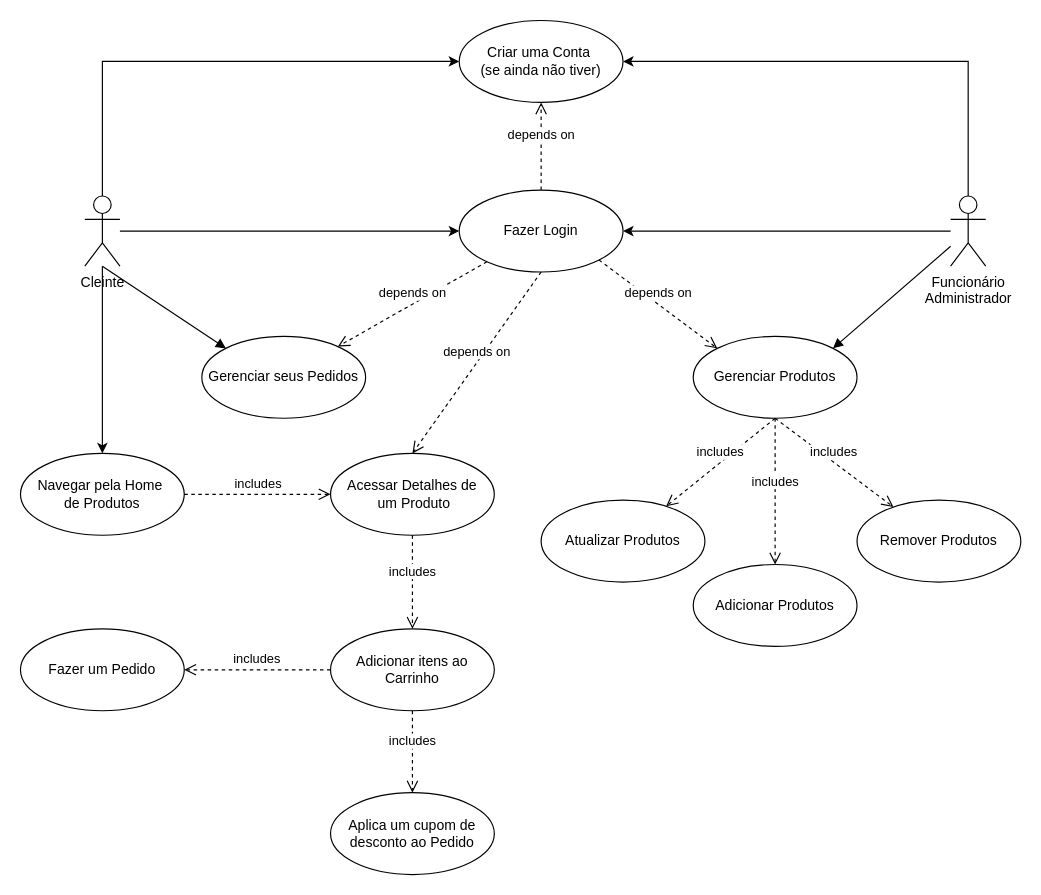
This is sprint-1/diagrama-de-caso-de-uso.drawio from PedroPadilhaPortella/GeekShopping_PA, a draw.io file, before an edit. Source tidied: cells renumbered, new cells numbered last; positions are measured from the earlier drawing's top-left corner, leaving out a move shared by most shapes. Both pictures are drawn from the tidied source at 117%, with x=0, y=0 at pixel (20, 20).
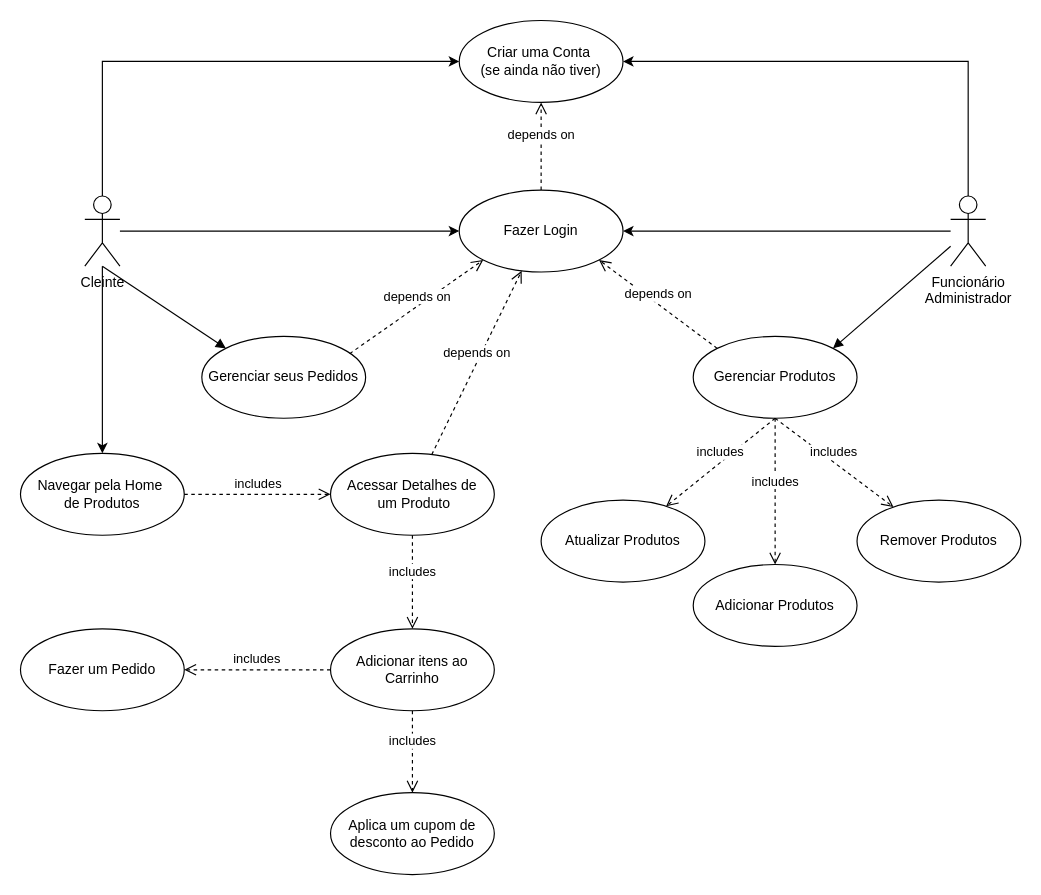
After the change.

Commit message (it also covers changes not shown here):
sprint1: ajuste no diagrama de caso de uso

Unchanged cells that the change refers to:
```xml
<mxCell id="10" value="Fazer Login" style="ellipse;whiteSpace=wrap;html=1;" parent="1" vertex="1">
  <mxGeometry x="375" y="145" width="140" height="70" as="geometry" />
</mxCell>
<mxCell id="11" value="Gerenciar Produtos" style="ellipse;whiteSpace=wrap;html=1;" parent="1" vertex="1">
  <mxGeometry x="575" y="270" width="140" height="70" as="geometry" />
</mxCell>
<mxCell id="13" value="Acessar Detalhes de&lt;div&gt;&amp;nbsp;um Produto&lt;/div&gt;" style="ellipse;whiteSpace=wrap;html=1;" parent="1" vertex="1">
  <mxGeometry x="265" y="370" width="140" height="70" as="geometry" />
</mxCell>
<mxCell id="16" value="Gerenciar seus Pedidos" style="ellipse;whiteSpace=wrap;html=1;" parent="1" vertex="1">
  <mxGeometry x="155" y="270" width="140" height="70" as="geometry" />
</mxCell>
```

Diff of the diagram source:
```diff
@@
-    <mxCell id="17" value="depends on" style="html=1;verticalAlign=bottom;endArrow=open;dashed=1;endSize=8;curved=0;rounded=0;entryX=0.5;entryY=0;entryDx=0;entryDy=0;exitX=0.5;exitY=1;exitDx=0;exitDy=0;" parent="1" edge="1" source="10" target="13">
+    <mxCell id="17" value="depends on" style="html=1;verticalAlign=bottom;endArrow=open;dashed=1;endSize=8;curved=0;rounded=0;" parent="1" edge="1" source="13" target="10">
       <mxGeometry relative="1" as="geometry" />
     </mxCell>
-    <mxCell id="18" value="depends on" style="html=1;verticalAlign=bottom;endArrow=open;dashed=1;endSize=8;curved=0;rounded=0;entryX=0;entryY=0;entryDx=0;entryDy=0;exitX=1;exitY=1;exitDx=0;exitDy=0;" parent="1" edge="1" source="10" target="11">
+    <mxCell id="18" value="depends on" style="html=1;verticalAlign=bottom;endArrow=open;dashed=1;endSize=8;curved=0;rounded=0;exitX=0;exitY=0;exitDx=0;exitDy=0;entryX=1;entryY=1;entryDx=0;entryDy=0;" parent="1" edge="1" source="11" target="10">
       <mxGeometry relative="1" as="geometry" />
     </mxCell>
-    <mxCell id="19" value="depends on" style="html=1;verticalAlign=bottom;endArrow=open;dashed=1;endSize=8;curved=0;rounded=0;" parent="1" edge="1" source="10" target="16">
+    <mxCell id="19" value="depends on" style="html=1;verticalAlign=bottom;endArrow=open;dashed=1;endSize=8;curved=0;rounded=0;exitX=0.903;exitY=0.211;exitDx=0;exitDy=0;exitPerimeter=0;entryX=0;entryY=1;entryDx=0;entryDy=0;" parent="1" edge="1" source="16" target="10">
       <mxGeometry relative="1" as="geometry" />
     </mxCell>
```
